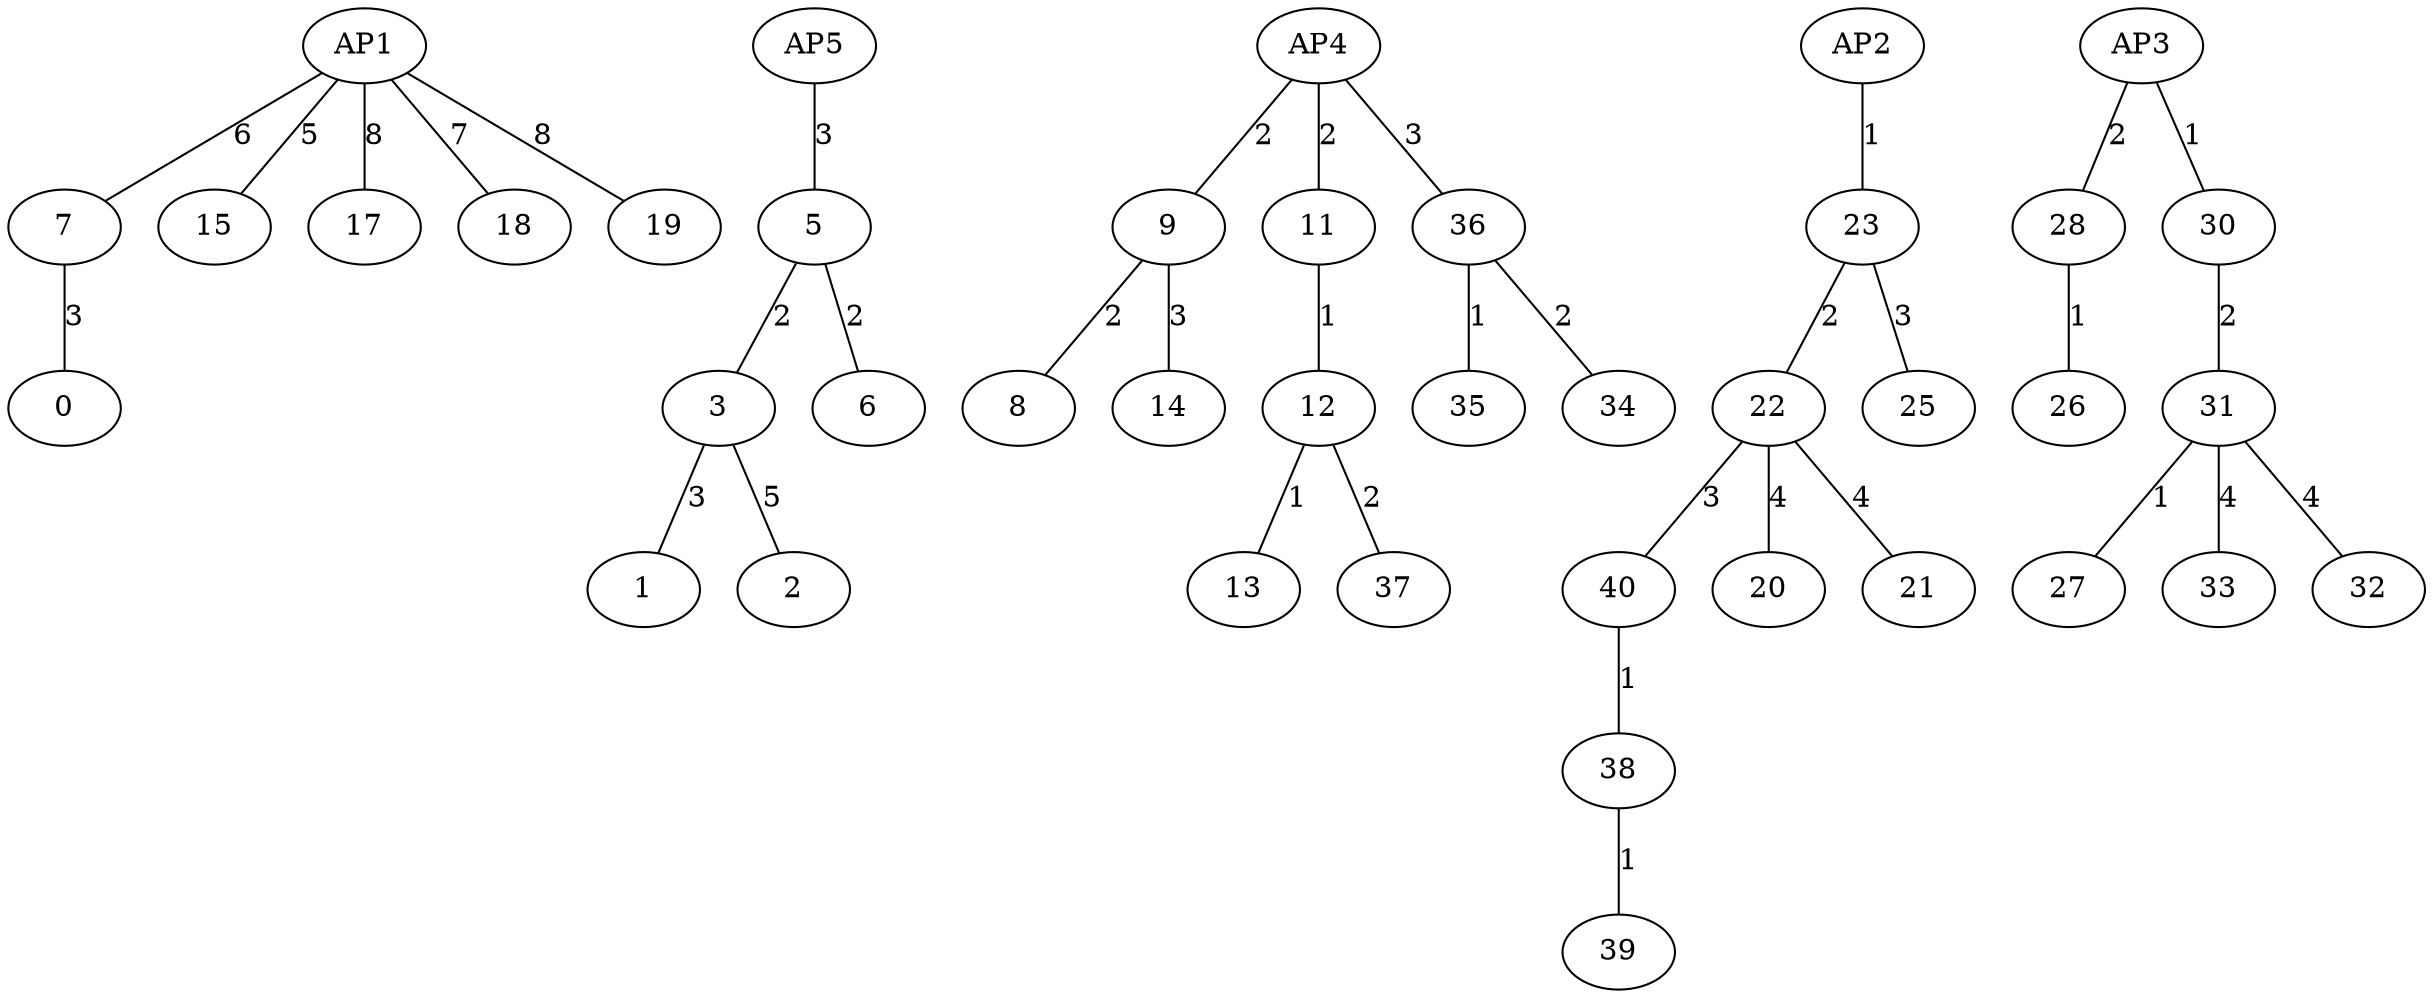
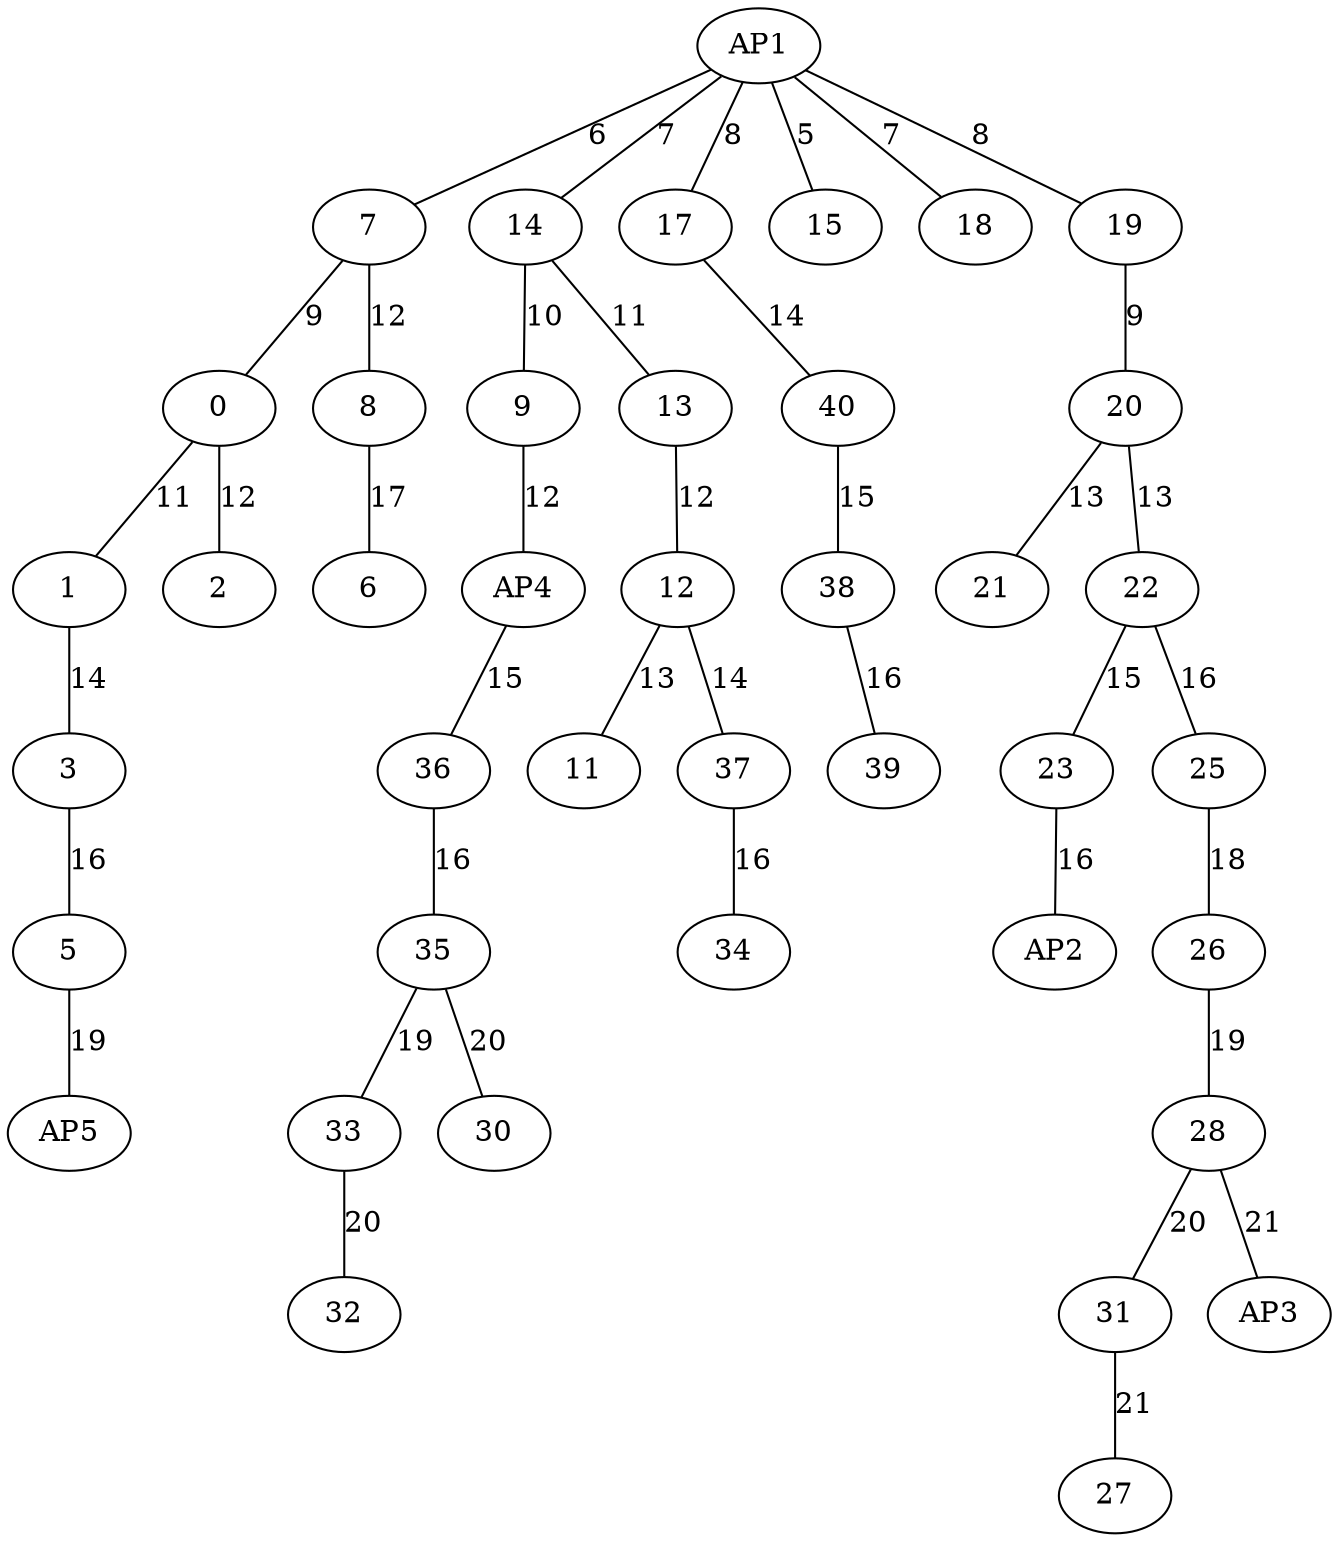
graph US13 {
- 7 -- ﻿0 [label="3"];
- 3 -- 1 [label="3"];
- 3 -- 2 [label="5"];
+ 7 -- ﻿0 [label="9"];
+ ﻿0 -- 1 [label="11"];
+ ﻿0 -- 2 [label="12"];
AP1 -- 7 [label="6"];
- 5 -- 3 [label="2"];
- AP5 -- 5 [label="3"];
- 5 -- 6 [label="2"];
- 9 -- 8 [label="2"];
- 9 -- 14 [label="3"];
- AP4 -- 9 [label="2"];
- AP4 -- 11 [label="2"];
- AP4 -- 36 [label="3"];
- 11 -- 12 [label="1"];
- 12 -- 13 [label="1"];
- 12 -- 37 [label="2"];
- 22 -- 40 [label="3"];
+ 1 -- 3 [label="14"];
+ 3 -- 5 [label="16"];
+ 5 -- AP5 [label="19"];
+ 8 -- 6 [label="17"];
+ 7 -- 8 [label="12"];
+ AP1 -- 14 [label="7"];
+ 14 -- 9 [label="10"];
+ 9 -- AP4 [label="12"];
+ 12 -- 11 [label="13"];
+ AP4 -- 36 [label="15"];
+ 13 -- 12 [label="12"];
+ 14 -- 13 [label="11"];
+ 12 -- 37 [label="14"];
+ 17 -- 40 [label="14"];
AP1 -- 15 [label="5"];
AP1 -- 17 [label="8"];
AP1 -- 18 [label="7"];
AP1 -- 19 [label="8"];
- 22 -- 20 [label="4"];
- 22 -- 21 [label="4"];
- 23 -- 22 [label="2"];
- AP2 -- 23 [label="1"];
- 23 -- 25 [label="3"];
- 28 -- 26 [label="1"];
- 31 -- 27 [label="1"];
- AP3 -- 28 [label="2"];
- 30 -- 31 [label="2"];
- 31 -- 33 [label="4"];
- AP3 -- 30 [label="1"];
- 36 -- 35 [label="1"];
- 31 -- 32 [label="4"];
- 38 -- 39 [label="1"];
- 36 -- 34 [label="2"];
- 40 -- 38 [label="1"];
+ 19 -- 20 [label="9"];
+ 20 -- 21 [label="13"];
+ 20 -- 22 [label="13"];
+ 22 -- 23 [label="15"];
+ 22 -- 25 [label="16"];
+ 23 -- AP2 [label="16"];
+ 25 -- 26 [label="18"];
+ 31 -- 27 [label="21"];
+ 26 -- 28 [label="19"];
+ 28 -- 31 [label="20"];
+ 35 -- 33 [label="19"];
+ 28 -- AP3 [label="21"];
+ 35 -- 30 [label="20"];
+ 36 -- 35 [label="16"];
+ 33 -- 32 [label="20"];
+ 38 -- 39 [label="16"];
+ 37 -- 34 [label="16"];
+ 40 -- 38 [label="15"];
}